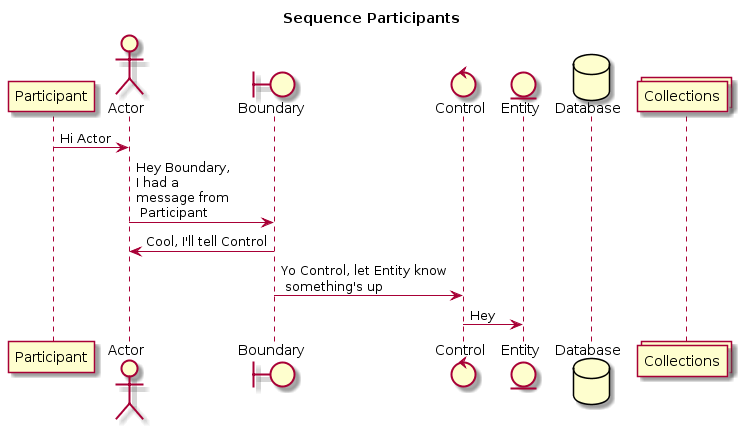
The PlantUML diagram Diagram-Types/sequence-participants.png in mattjhayes/PlantUML-Examples, before a commit. Source of this version:
```plantuml
@startuml
title Sequence Participants
participant Participant
actor Actor
boundary Boundary
control Control
entity Entity
database Database
collections Collections
Participant -> Actor: Hi Actor
Actor -> Boundary: Hey Boundary,\nI had a\nmessage from\n Participant
Boundary -> Actor: Cool, I'll tell Control
Boundary -> Control: Yo Control, let Entity know\n something's up
Control -> Entity: Hey
@enduml
```
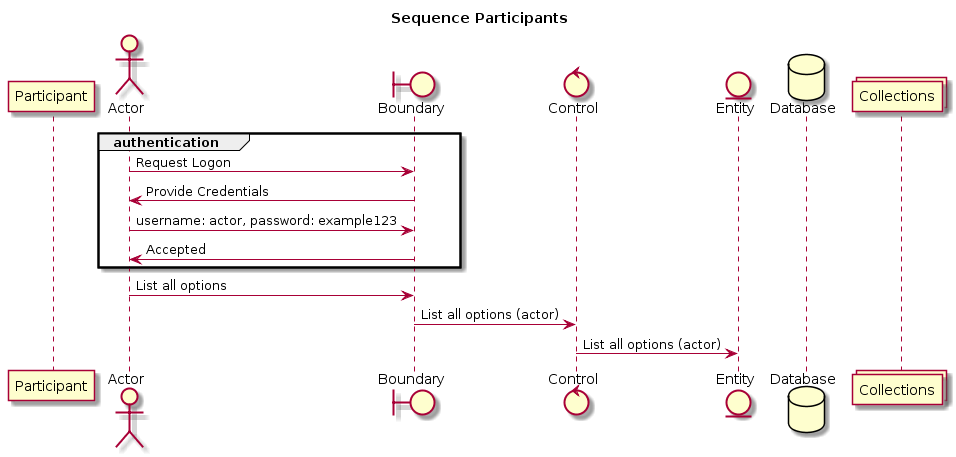
Above is the later version.

Commit message:
update seq diagram

Change to the diagram source:
```diff
@@ -7,9 +7,13 @@
 entity Entity
 database Database
 collections Collections
-Participant -> Actor: Hi Actor
-Actor -> Boundary: Hey Boundary,\nI had a\nmessage from\n Participant
-Boundary -> Actor: Cool, I'll tell Control
-Boundary -> Control: Yo Control, let Entity know\n something's up
-Control -> Entity: Hey
+group authentication
+    Actor -> Boundary: Request Logon
+    Boundary -> Actor: Provide Credentials
+    Actor -> Boundary: username: actor, password: example123
+    Boundary -> Actor: Accepted
+end
+Actor -> Boundary: List all options
+Boundary -> Control: List all options (actor)
+Control -> Entity: List all options (actor)
 @enduml
```
